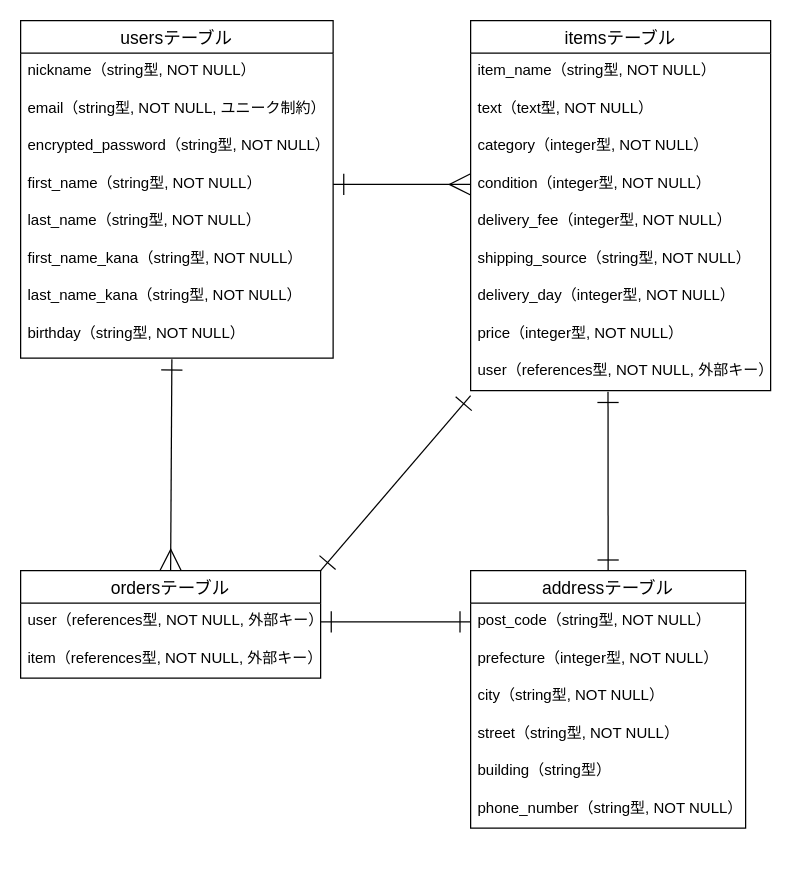
This is furima.dio from ayameblue/furima-40420-2, a draw.io file, before an edit. Source tidied: cells renumbered, new cells numbered last; positions are measured from the earlier drawing's top-left corner, leaving out a move shared by most shapes. Both pictures are drawn from the tidied source at 125%, with x=0, y=0 at pixel (20, 20).
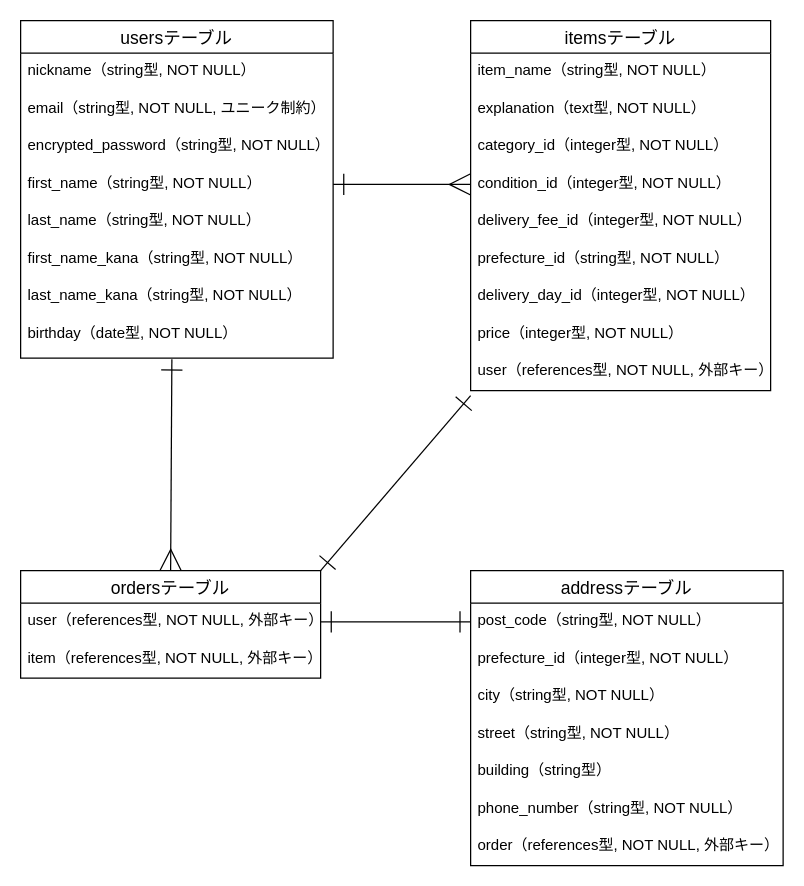
The same diagram, later.

The change refers to these unchanged cells:
```xml
<mxCell id="2" value="usersテーブル" style="swimlane;fontStyle=0;horizontal=1;startSize=26;align=center;fontSize=14;" parent="1" vertex="1">
  <mxGeometry width="250" height="270" as="geometry" />
</mxCell>
<mxCell id="11" value="itemsテーブル" style="swimlane;fontStyle=0;horizontal=1;startSize=26;align=center;fontSize=14;" parent="1" vertex="1">
  <mxGeometry x="360" width="240" height="296" as="geometry" />
</mxCell>
<mxCell id="20" value="user（references型, NOT NULL, 外部キー）" style="text;strokeColor=none;fillColor=none;spacingLeft=4;spacingRight=4;overflow=hidden;points=[[0,0.5],[1,0.5]];portConstraint=eastwest;fontSize=12;" parent="11" vertex="1">
  <mxGeometry y="266" width="240" height="30" as="geometry" />
</mxCell>
```

Diff of the diagram source:
```diff
@@
-    <mxCell id="10" value="birthday（string型, NOT NULL）" style="text;strokeColor=none;fillColor=none;spacingLeft=4;spacingRight=4;overflow=hidden;points=[[0,0.5],[1,0.5]];portConstraint=eastwest;fontSize=12;" parent="2" vertex="1">
+    <mxCell id="10" value="birthday（date型, NOT NULL）" style="text;strokeColor=none;fillColor=none;spacingLeft=4;spacingRight=4;overflow=hidden;points=[[0,0.5],[1,0.5]];portConstraint=eastwest;fontSize=12;" parent="2" vertex="1">
       <mxGeometry y="236" width="250" height="34" as="geometry" />
     </mxCell>
@@
-    <mxCell id="13" value="text（text型, NOT NULL）" style="text;strokeColor=none;fillColor=none;spacingLeft=4;spacingRight=4;overflow=hidden;fontSize=12;" parent="11" vertex="1">
+    <mxCell id="13" value="explanation（text型, NOT NULL）" style="text;strokeColor=none;fillColor=none;spacingLeft=4;spacingRight=4;overflow=hidden;fontSize=12;" parent="11" vertex="1">
       <mxGeometry y="56" width="240" height="30" as="geometry" />
     </mxCell>
-    <mxCell id="14" value="category（integer型, NOT NULL）" style="text;strokeColor=none;fillColor=none;spacingLeft=4;spacingRight=4;overflow=hidden;fontSize=12;" parent="11" vertex="1">
+    <mxCell id="14" value="category_id（integer型, NOT NULL）" style="text;strokeColor=none;fillColor=none;spacingLeft=4;spacingRight=4;overflow=hidden;fontSize=12;" parent="11" vertex="1">
       <mxGeometry y="86" width="240" height="30" as="geometry" />
     </mxCell>
-    <mxCell id="15" value="condition（integer型, NOT NULL）" style="text;strokeColor=none;fillColor=none;spacingLeft=4;spacingRight=4;overflow=hidden;points=[[0,0.5],[1,0.5]];portConstraint=eastwest;fontSize=12;" parent="11" vertex="1">
+    <mxCell id="15" value="condition_id（integer型, NOT NULL）" style="text;strokeColor=none;fillColor=none;spacingLeft=4;spacingRight=4;overflow=hidden;points=[[0,0.5],[1,0.5]];portConstraint=eastwest;fontSize=12;" parent="11" vertex="1">
       <mxGeometry y="116" width="240" height="30" as="geometry" />
     </mxCell>
-    <mxCell id="16" value="delivery_fee（integer型, NOT NULL）" style="text;strokeColor=none;fillColor=none;spacingLeft=4;spacingRight=4;overflow=hidden;fontSize=12;" parent="11" vertex="1">
+    <mxCell id="16" value="delivery_fee_id（integer型, NOT NULL）" style="text;strokeColor=none;fillColor=none;spacingLeft=4;spacingRight=4;overflow=hidden;fontSize=12;" parent="11" vertex="1">
       <mxGeometry y="146" width="240" height="30" as="geometry" />
     </mxCell>
-    <mxCell id="17" value="shipping_source（string型, NOT NULL）" style="text;strokeColor=none;fillColor=none;spacingLeft=4;spacingRight=4;overflow=hidden;fontSize=12;" parent="11" vertex="1">
+    <mxCell id="17" value="prefecture_id（string型, NOT NULL）" style="text;strokeColor=none;fillColor=none;spacingLeft=4;spacingRight=4;overflow=hidden;fontSize=12;" parent="11" vertex="1">
       <mxGeometry y="176" width="240" height="30" as="geometry" />
     </mxCell>
-    <mxCell id="18" value="delivery_day（integer型, NOT NULL）" style="text;strokeColor=none;fillColor=none;spacingLeft=4;spacingRight=4;overflow=hidden;fontSize=12;" parent="11" vertex="1">
+    <mxCell id="18" value="delivery_day_id（integer型, NOT NULL）" style="text;strokeColor=none;fillColor=none;spacingLeft=4;spacingRight=4;overflow=hidden;fontSize=12;" parent="11" vertex="1">
       <mxGeometry y="206" width="240" height="30" as="geometry" />
     </mxCell>
@@
-    <mxCell id="26" style="edgeStyle=none;jumpSize=5;html=1;exitX=0.5;exitY=0;exitDx=0;exitDy=0;strokeWidth=1;startArrow=ERone;startFill=0;endArrow=ERone;endFill=0;entryX=0.458;entryY=1.033;entryDx=0;entryDy=0;entryPerimeter=0;endSize=15;startSize=15;" parent="1" edge="1" source="27" target="20">
-      <mxGeometry relative="1" as="geometry" />
-    </mxCell>
     <mxCell id="27" value="addressテーブル" style="swimlane;fontStyle=0;horizontal=1;startSize=26;align=center;fontSize=14;" parent="1" vertex="1">
-      <mxGeometry x="360" y="440" width="220" height="206" as="geometry" />
+      <mxGeometry x="360" y="440" width="250" height="236" as="geometry" />
     </mxCell>
     <mxCell id="28" value="post_code（string型, NOT NULL）" style="text;strokeColor=none;fillColor=none;spacingLeft=4;spacingRight=4;overflow=hidden;points=[[0,0.5],[1,0.5]];portConstraint=eastwest;fontSize=12;" parent="27" vertex="1">
-      <mxGeometry y="26" width="220" height="30" as="geometry" />
+      <mxGeometry y="26" width="250" height="30" as="geometry" />
     </mxCell>
-    <mxCell id="29" value="prefecture（integer型, NOT NULL）" style="text;strokeColor=none;fillColor=none;spacingLeft=4;spacingRight=4;overflow=hidden;fontSize=12;" parent="27" vertex="1">
-      <mxGeometry y="56" width="220" height="30" as="geometry" />
+    <mxCell id="29" value="prefecture_id（integer型, NOT NULL）" style="text;strokeColor=none;fillColor=none;spacingLeft=4;spacingRight=4;overflow=hidden;fontSize=12;" parent="27" vertex="1">
+      <mxGeometry y="56" width="250" height="30" as="geometry" />
     </mxCell>
     <mxCell id="30" value="city（string型, NOT NULL）" style="text;strokeColor=none;fillColor=none;spacingLeft=4;spacingRight=4;overflow=hidden;fontSize=12;" parent="27" vertex="1">
-      <mxGeometry y="86" width="220" height="30" as="geometry" />
+      <mxGeometry y="86" width="250" height="30" as="geometry" />
     </mxCell>
     <mxCell id="31" value="street（string型, NOT NULL）" style="text;strokeColor=none;fillColor=none;spacingLeft=4;spacingRight=4;overflow=hidden;fontSize=12;" parent="27" vertex="1">
-      <mxGeometry y="116" width="220" height="30" as="geometry" />
+      <mxGeometry y="116" width="250" height="30" as="geometry" />
     </mxCell>
     <mxCell id="32" value="building（string型）" style="text;strokeColor=none;fillColor=none;spacingLeft=4;spacingRight=4;overflow=hidden;fontSize=12;" parent="27" vertex="1">
-      <mxGeometry y="146" width="220" height="30" as="geometry" />
+      <mxGeometry y="146" width="250" height="30" as="geometry" />
     </mxCell>
     <mxCell id="33" value="phone_number（string型, NOT NULL）" style="text;strokeColor=none;fillColor=none;spacingLeft=4;spacingRight=4;overflow=hidden;fontSize=12;" parent="27" vertex="1">
-      <mxGeometry y="176" width="220" height="30" as="geometry" />
+      <mxGeometry y="176" width="250" height="30" as="geometry" />
     </mxCell>
+    <mxCell id="36" value="order（references型, NOT NULL, 外部キー）" style="text;strokeColor=none;fillColor=none;spacingLeft=4;spacingRight=4;overflow=hidden;fontSize=12;" parent="27" vertex="1">
+      <mxGeometry y="206" width="250" height="30" as="geometry" />
+    </mxCell>
```
